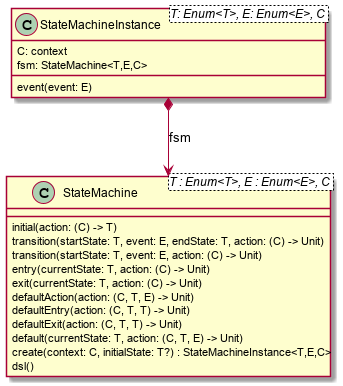
open-jumpco/kfsm keeps this PlantUML diagram as src/doc/asciidoc/statemachine_model.png. Above is the earlier version. The source it was exported from:
```plantuml
@startuml


class StateMachine<T : Enum<T>, E : Enum<E>, C> {
    initial(action: (C) -> T)
    transition(startState: T, event: E, endState: T, action: (C) -> Unit)
    transition(startState: T, event: E, action: (C) -> Unit)
    entry(currentState: T, action: (C) -> Unit)
    exit(currentState: T, action: (C) -> Unit)
    defaultAction(action: (C, T, E) -> Unit)
    defaultEntry(action: (C, T, T) -> Unit)
    defaultExit(action: (C, T, T) -> Unit)
    default(currentState: T, action: (C, T, E) -> Unit)
    create(context: C, initialState: T?) : StateMachineInstance<T,E,C>
    dsl()
}

class StateMachineInstance<T: Enum<T>, E: Enum<E>, C> {
    C: context
    fsm: StateMachine<T,E,C>
    event(event: E)
}

StateMachineInstance *--> StateMachine : fsm


@enduml
```
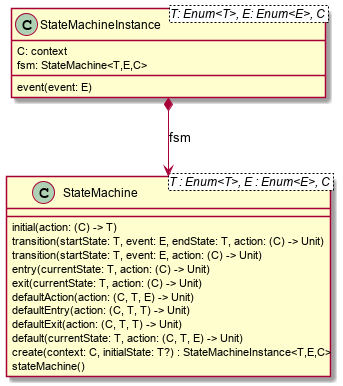
The same diagram one commit later.

What changed in the source:
```diff
@@ -12,7 +12,7 @@
     defaultExit(action: (C, T, T) -> Unit)
     default(currentState: T, action: (C, T, E) -> Unit)
     create(context: C, initialState: T?) : StateMachineInstance<T,E,C>
-    dsl()
+    stateMachine()
 }
 
 class StateMachineInstance<T: Enum<T>, E: Enum<E>, C> {
```
